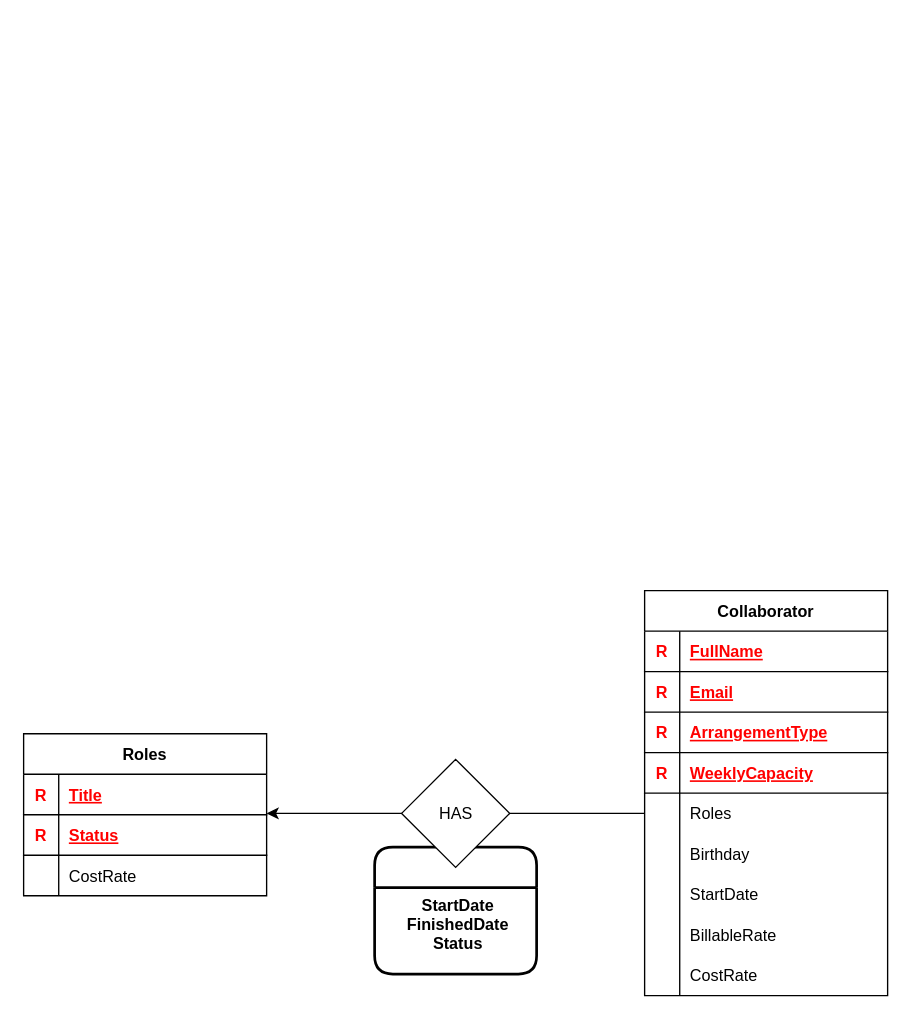
This is Untitled Diagram.drawio from ksvLeo/TimeFusion, a draw.io file, before an edit. Source tidied: cells renumbered, new cells numbered last; positions are measured from the earlier drawing's top-left corner, leaving out a move shared by most shapes. Both pictures are drawn from the tidied source at 135%, with x=0, y=0 at pixel (23, 590).
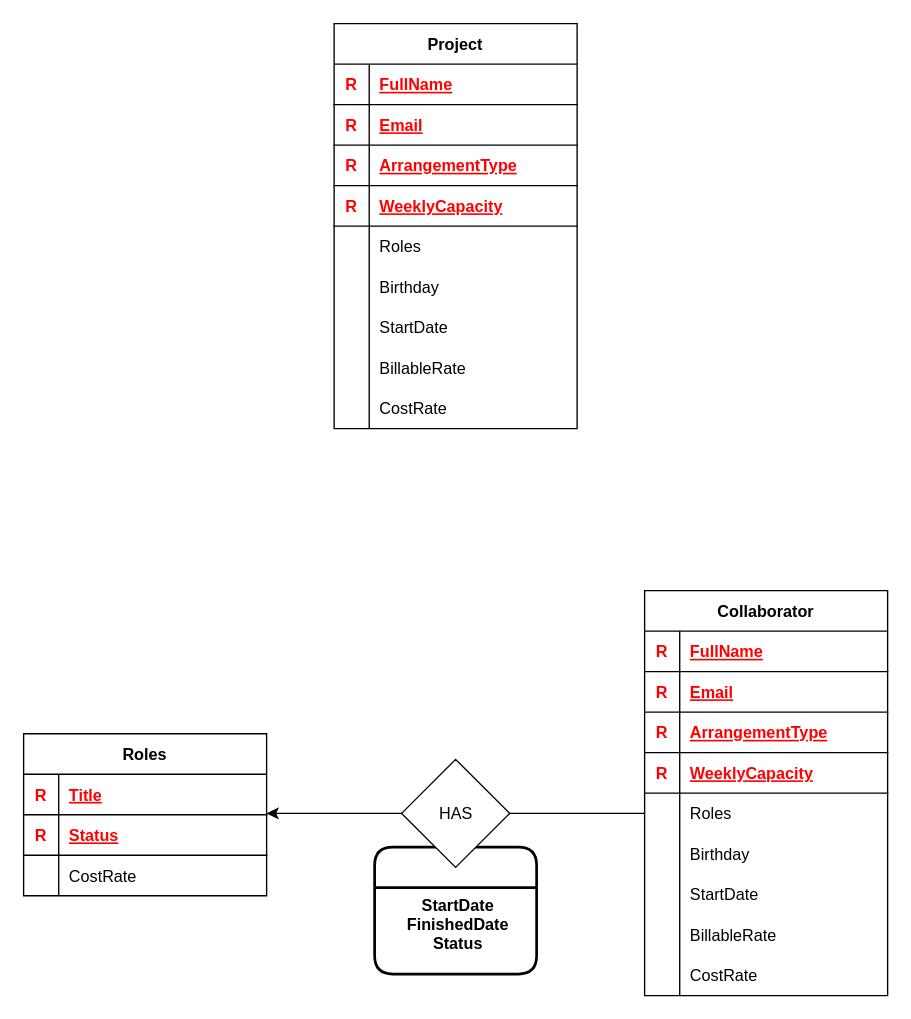
Above is the later version.

What changed in the source:
```diff
@@
+    <mxCell id="45" value="Project" style="shape=table;startSize=30;childLayout=tableLayout;rowLines=0;fontStyle=1;align=center;" parent="1" vertex="1">
+      <mxGeometry x="230" y="-420" width="180" height="300" as="geometry" />
+    </mxCell>
+    <mxCell id="46" style="shape=partialRectangle;fillColor=none;top=0;left=0;bottom=1;right=0;" parent="45" vertex="1">
+      <mxGeometry y="30" width="180" height="30" as="geometry" />
+    </mxCell>
+    <mxCell id="47" value="R" style="shape=partialRectangle;fillColor=none;top=0;left=0;bottom=0;right=0;fontStyle=1;overflow=hidden;fontColor=#FF0000;strokeColor=none;" parent="46" vertex="1">
+      <mxGeometry width="26" height="30" as="geometry" />
+    </mxCell>
+    <mxCell id="48" value="FullName" style="shape=partialRectangle;fillColor=none;top=0;left=0;bottom=0;right=0;align=left;spacingLeft=6;fontStyle=5;overflow=hidden;fontColor=#FF0000;strokeColor=none;" parent="46" vertex="1">
+      <mxGeometry x="26" width="154" height="30" as="geometry" />
+    </mxCell>
+    <mxCell id="49" style="shape=partialRectangle;fillColor=none;top=0;left=0;bottom=1;right=0;" parent="45" vertex="1">
+      <mxGeometry y="60" width="180" height="30" as="geometry" />
+    </mxCell>
+    <mxCell id="50" value="R" style="shape=partialRectangle;fillColor=none;top=0;left=0;bottom=0;right=0;fontStyle=1;overflow=hidden;fontColor=#FF0000;strokeColor=none;" parent="49" vertex="1">
+      <mxGeometry width="26" height="30" as="geometry" />
+    </mxCell>
+    <mxCell id="51" value="Email" style="shape=partialRectangle;fillColor=none;top=0;left=0;bottom=0;right=0;align=left;spacingLeft=6;fontStyle=5;overflow=hidden;fontColor=#FF0000;strokeColor=none;" parent="49" vertex="1">
+      <mxGeometry x="26" width="154" height="30" as="geometry" />
+    </mxCell>
+    <mxCell id="52" style="shape=partialRectangle;fillColor=none;top=0;left=0;bottom=1;right=0;" parent="45" vertex="1">
+      <mxGeometry y="90" width="180" height="30" as="geometry" />
+    </mxCell>
+    <mxCell id="53" value="R" style="shape=partialRectangle;fillColor=none;top=0;left=0;bottom=0;right=0;fontStyle=1;overflow=hidden;fontColor=#FF0000;strokeColor=none;" parent="52" vertex="1">
+      <mxGeometry width="26" height="30" as="geometry" />
+    </mxCell>
+    <mxCell id="54" value="ArrangementType" style="shape=partialRectangle;fillColor=none;top=0;left=0;bottom=0;right=0;align=left;spacingLeft=6;fontStyle=5;overflow=hidden;fontColor=#FF0000;strokeColor=none;" parent="52" vertex="1">
+      <mxGeometry x="26" width="154" height="30" as="geometry" />
+    </mxCell>
+    <mxCell id="55" style="shape=partialRectangle;fillColor=none;top=0;left=0;bottom=1;right=0;" parent="45" vertex="1">
+      <mxGeometry y="120" width="180" height="30" as="geometry" />
+    </mxCell>
+    <mxCell id="56" value="R" style="shape=partialRectangle;fillColor=none;top=0;left=0;bottom=0;right=0;fontStyle=1;overflow=hidden;fontColor=#FF0000;strokeColor=none;" parent="55" vertex="1">
+      <mxGeometry width="26" height="30" as="geometry" />
+    </mxCell>
+    <mxCell id="57" value="WeeklyCapacity" style="shape=partialRectangle;fillColor=none;top=0;left=0;bottom=0;right=0;align=left;spacingLeft=6;fontStyle=5;overflow=hidden;fontColor=#FF0000;strokeColor=none;" parent="55" vertex="1">
+      <mxGeometry x="26" width="154" height="30" as="geometry" />
+    </mxCell>
+    <mxCell id="58" style="shape=partialRectangle;fillColor=none;top=0;left=0;bottom=0;right=0;" parent="45" vertex="1">
+      <mxGeometry y="150" width="180" height="30" as="geometry" />
+    </mxCell>
+    <mxCell id="59" style="shape=partialRectangle;fillColor=none;top=0;left=0;bottom=0;right=0;overflow=hidden;" parent="58" vertex="1">
+      <mxGeometry width="26" height="30" as="geometry" />
+    </mxCell>
+    <mxCell id="60" value="Roles" style="shape=partialRectangle;fillColor=none;top=0;left=0;bottom=0;right=0;align=left;spacingLeft=6;overflow=hidden;" parent="58" vertex="1">
+      <mxGeometry x="26" width="154" height="30" as="geometry" />
+    </mxCell>
+    <mxCell id="61" style="shape=partialRectangle;fillColor=none;top=0;left=0;bottom=0;right=0;" parent="45" vertex="1">
+      <mxGeometry y="180" width="180" height="30" as="geometry" />
+    </mxCell>
+    <mxCell id="62" style="shape=partialRectangle;fillColor=none;top=0;left=0;bottom=0;right=0;overflow=hidden;" parent="61" vertex="1">
+      <mxGeometry width="26" height="30" as="geometry" />
+    </mxCell>
+    <mxCell id="63" value="Birthday" style="shape=partialRectangle;fillColor=none;top=0;left=0;bottom=0;right=0;align=left;spacingLeft=6;overflow=hidden;" parent="61" vertex="1">
+      <mxGeometry x="26" width="154" height="30" as="geometry" />
+    </mxCell>
+    <mxCell id="64" style="shape=partialRectangle;fillColor=none;top=0;left=0;bottom=0;right=0;" parent="45" vertex="1">
+      <mxGeometry y="210" width="180" height="30" as="geometry" />
+    </mxCell>
+    <mxCell id="65" style="shape=partialRectangle;fillColor=none;top=0;left=0;bottom=0;right=0;overflow=hidden;" parent="64" vertex="1">
+      <mxGeometry width="26" height="30" as="geometry" />
+    </mxCell>
+    <mxCell id="66" value="StartDate" style="shape=partialRectangle;fillColor=none;top=0;left=0;bottom=0;right=0;align=left;spacingLeft=6;overflow=hidden;" parent="64" vertex="1">
+      <mxGeometry x="26" width="154" height="30" as="geometry" />
+    </mxCell>
+    <mxCell id="67" style="shape=partialRectangle;fillColor=none;top=0;left=0;bottom=0;right=0;" parent="45" vertex="1">
+      <mxGeometry y="240" width="180" height="30" as="geometry" />
+    </mxCell>
+    <mxCell id="68" style="shape=partialRectangle;fillColor=none;top=0;left=0;bottom=0;right=0;overflow=hidden;" parent="67" vertex="1">
+      <mxGeometry width="26" height="30" as="geometry" />
+    </mxCell>
+    <mxCell id="69" value="BillableRate" style="shape=partialRectangle;fillColor=none;top=0;left=0;bottom=0;right=0;align=left;spacingLeft=6;overflow=hidden;" parent="67" vertex="1">
+      <mxGeometry x="26" width="154" height="30" as="geometry" />
+    </mxCell>
+    <mxCell id="70" style="shape=partialRectangle;fillColor=none;top=0;left=0;bottom=0;right=0;" parent="45" vertex="1">
+      <mxGeometry y="270" width="180" height="30" as="geometry" />
+    </mxCell>
+    <mxCell id="71" style="shape=partialRectangle;fillColor=none;top=0;left=0;bottom=0;right=0;overflow=hidden;" parent="70" vertex="1">
+      <mxGeometry width="26" height="30" as="geometry" />
+    </mxCell>
+    <mxCell id="72" value="CostRate" style="shape=partialRectangle;fillColor=none;top=0;left=0;bottom=0;right=0;align=left;spacingLeft=6;overflow=hidden;" parent="70" vertex="1">
+      <mxGeometry x="26" width="154" height="30" as="geometry" />
+    </mxCell>
```
